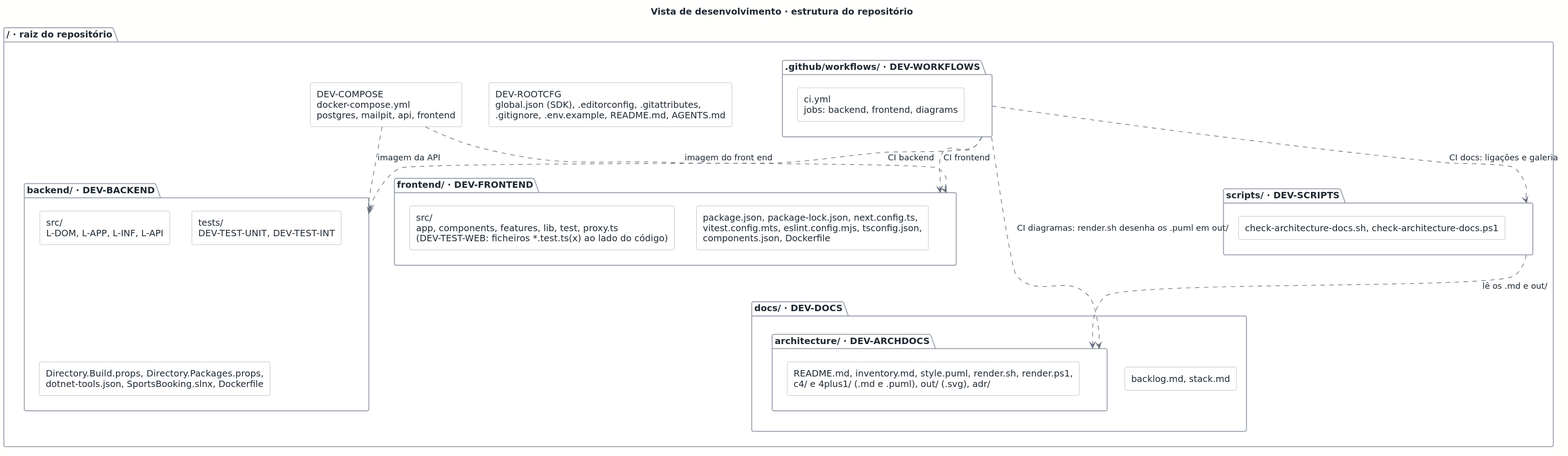
The PlantUML diagram docs/architecture/out/development-repo.svg in rodrigo4sousa/SportsEstablishments, before a commit.
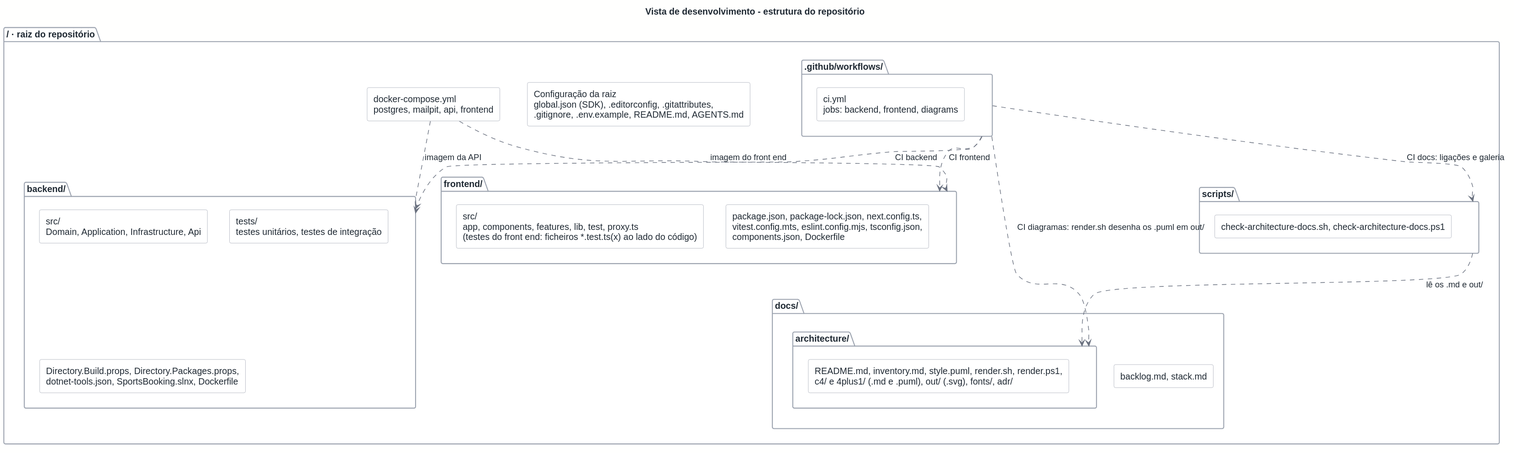
Later version of the same file.

What changed in the source:
```diff
@@ -1,36 +1,36 @@
 @startuml
 !include ../style.puml
-title Vista de desenvolvimento · estrutura do repositório
+title Vista de desenvolvimento - estrutura do repositório
 
 skinparam defaultTextAlignment left
 
 folder "/ · raiz do repositório" as ROOT {
-  rectangle "DEV-ROOTCFG\nglobal.json (SDK), .editorconfig, .gitattributes,\n.gitignore, .env.example, README.md, AGENTS.md" as DEV_ROOTCFG
-  rectangle "DEV-COMPOSE\ndocker-compose.yml\npostgres, mailpit, api, frontend" as DEV_COMPOSE
+  rectangle "Configuração da raiz\nglobal.json (SDK), .editorconfig, .gitattributes,\n.gitignore, .env.example, README.md, AGENTS.md" as DEV_ROOTCFG
+  rectangle "docker-compose.yml\npostgres, mailpit, api, frontend" as DEV_COMPOSE
 
-  folder "backend/ · DEV-BACKEND" as DEV_BACKEND {
-    rectangle "src/\nL-DOM, L-APP, L-INF, L-API" as B_SRC
-    rectangle "tests/\nDEV-TEST-UNIT, DEV-TEST-INT" as B_TESTS
+  folder "backend/" as DEV_BACKEND {
+    rectangle "src/\nDomain, Application, Infrastructure, Api" as B_SRC
+    rectangle "tests/\ntestes unitários, testes de integração" as B_TESTS
     rectangle "Directory.Build.props, Directory.Packages.props,\ndotnet-tools.json, SportsBooking.slnx, Dockerfile" as B_CFG
   }
 
-  folder "frontend/ · DEV-FRONTEND" as DEV_FRONTEND {
-    rectangle "src/\napp, components, features, lib, test, proxy.ts\n(DEV-TEST-WEB: ficheiros *.test.ts(x) ao lado do código)" as F_SRC
+  folder "frontend/" as DEV_FRONTEND {
+    rectangle "src/\napp, components, features, lib, test, proxy.ts\n(testes do front end: ficheiros *.test.ts(x) ao lado do código)" as F_SRC
     rectangle "package.json, package-lock.json, next.config.ts,\nvitest.config.mts, eslint.config.mjs, tsconfig.json,\ncomponents.json, Dockerfile" as F_CFG
   }
 
-  folder "docs/ · DEV-DOCS" as DEV_DOCS {
+  folder "docs/" as DEV_DOCS {
     rectangle "backlog.md, stack.md" as D_SRC
-    folder "architecture/ · DEV-ARCHDOCS" as DEV_ARCHDOCS {
-      rectangle "README.md, inventory.md, style.puml, render.sh, render.ps1,\nc4/ e 4plus1/ (.md e .puml), out/ (.svg), adr/" as A_SRC
+    folder "architecture/" as DEV_ARCHDOCS {
+      rectangle "README.md, inventory.md, style.puml, render.sh, render.ps1,\nc4/ e 4plus1/ (.md e .puml), out/ (.svg), fonts/, adr/" as A_SRC
     }
   }
 
-  folder "scripts/ · DEV-SCRIPTS" as DEV_SCRIPTS {
+  folder "scripts/" as DEV_SCRIPTS {
     rectangle "check-architecture-docs.sh, check-architecture-docs.ps1" as S_SRC
   }
 
-  folder ".github/workflows/ · DEV-WORKFLOWS" as DEV_WORKFLOWS {
+  folder ".github/workflows/" as DEV_WORKFLOWS {
     rectangle "ci.yml\njobs: backend, frontend, diagrams" as W_SRC
   }
 }
```
